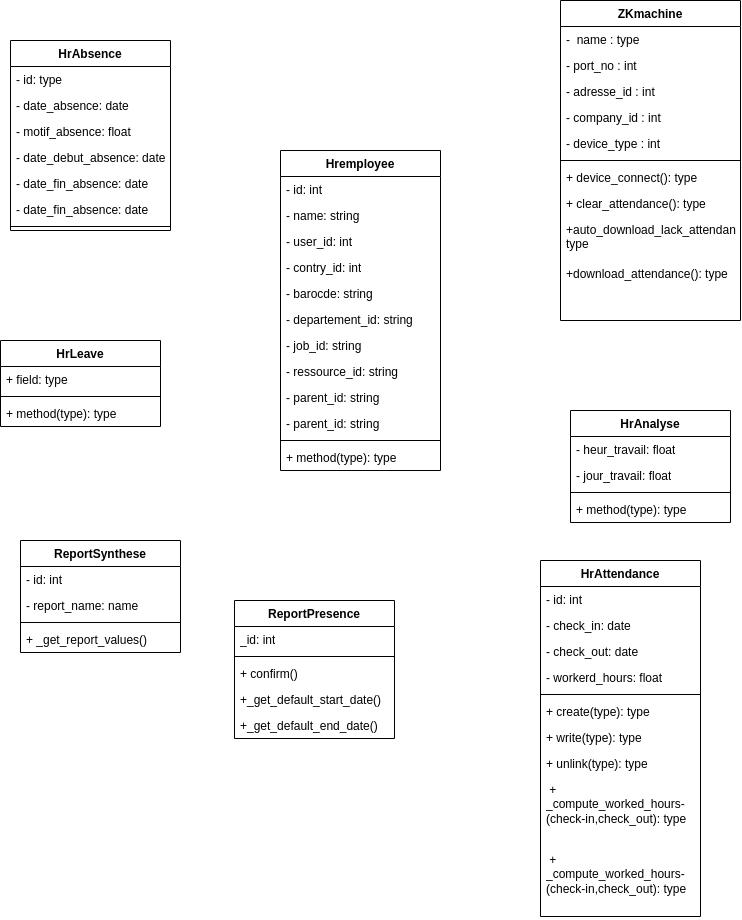
Siluearsene/borne_biometrique keeps this draw.io diagram as static/Diagramme de classe.drawio.png. Above is the earlier version. Source tidied: cells renumbered, new cells last; positions are measured from the earlier drawing's top-left corner, leaving out a move shared by most shapes.
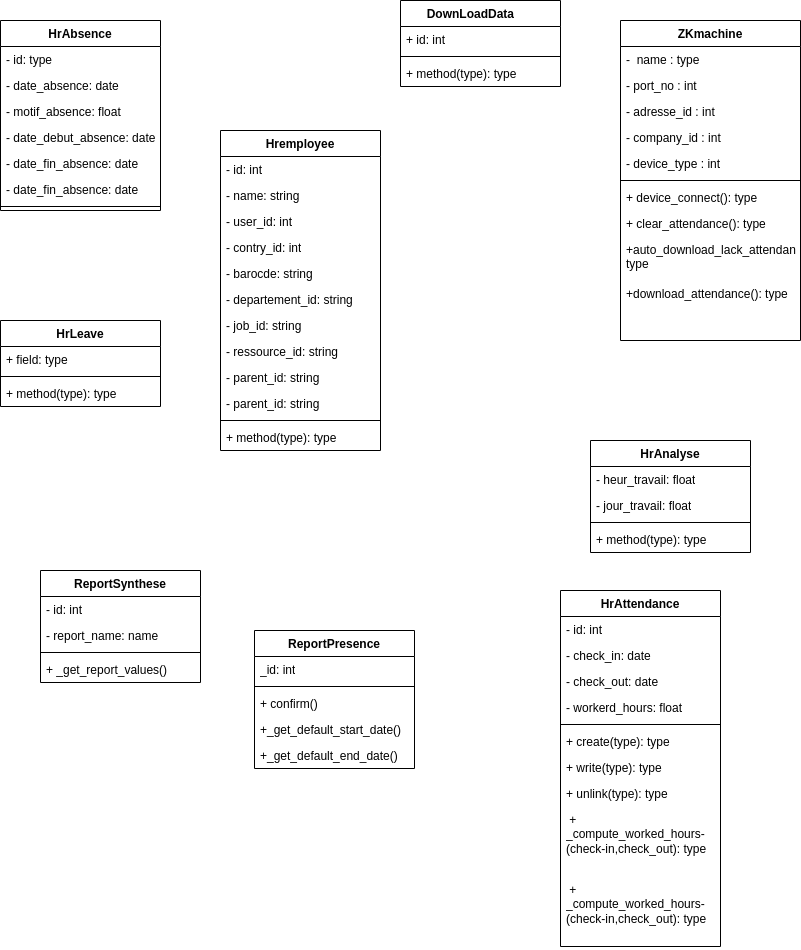
After the commit.

Commit message:
Mettre à jour Diagramme de classe.drawio.png

What changed in the source:
```diff
@@ -3,7 +3,7 @@
     <mxCell id="0" />
     <mxCell id="1" parent="0" />
     <mxCell id="2" value="HrAbsence" style="swimlane;fontStyle=1;align=center;verticalAlign=top;horizontal=1;startSize=26;whiteSpace=wrap;html=1;" parent="1" vertex="1">
-      <mxGeometry x="10" y="40" width="160" height="190" as="geometry" />
+      <mxGeometry x="-20" y="-10" width="160" height="190" as="geometry" />
     </mxCell>
     <mxCell id="3" value="- id: type" style="text;strokeColor=none;fillColor=none;align=left;verticalAlign=top;spacingLeft=4;spacingRight=4;overflow=hidden;whiteSpace=wrap;html=1;" parent="2" vertex="1">
       <mxGeometry y="26" width="160" height="26" as="geometry" />
@@ -27,7 +27,7 @@
       <mxGeometry y="182" width="160" height="8" as="geometry" />
     </mxCell>
     <mxCell id="10" value="ZKmachine" style="swimlane;fontStyle=1;align=center;verticalAlign=top;horizontal=1;startSize=26;whiteSpace=wrap;html=1;" parent="1" vertex="1">
-      <mxGeometry x="560" width="180" height="320" as="geometry" />
+      <mxGeometry x="600" y="-10" width="180" height="320" as="geometry" />
     </mxCell>
     <mxCell id="11" value="-&amp;nbsp; name : type&amp;nbsp;" style="text;strokeColor=none;fillColor=none;align=left;verticalAlign=top;spacingLeft=4;spacingRight=4;overflow=hidden;whiteSpace=wrap;html=1;" parent="10" vertex="1">
       <mxGeometry y="26" width="180" height="26" as="geometry" />
@@ -60,7 +60,7 @@
       <mxGeometry y="260" width="180" height="60" as="geometry" />
     </mxCell>
     <mxCell id="21" value="HrLeave" style="swimlane;fontStyle=1;align=center;verticalAlign=top;horizontal=1;startSize=26;whiteSpace=wrap;html=1;" parent="1" vertex="1">
-      <mxGeometry y="340" width="160" height="86" as="geometry" />
+      <mxGeometry x="-20" y="290" width="160" height="86" as="geometry" />
     </mxCell>
     <mxCell id="22" value="+ field: type" style="text;strokeColor=none;fillColor=none;align=left;verticalAlign=top;spacingLeft=4;spacingRight=4;overflow=hidden;whiteSpace=wrap;html=1;" parent="21" vertex="1">
       <mxGeometry y="26" width="160" height="26" as="geometry" />
@@ -87,7 +87,7 @@
       <mxGeometry y="86" width="160" height="26" as="geometry" />
     </mxCell>
     <mxCell id="30" value="Hremployee" style="swimlane;fontStyle=1;align=center;verticalAlign=top;horizontal=1;startSize=26;whiteSpace=wrap;html=1;" parent="1" vertex="1">
-      <mxGeometry x="280" y="150" width="160" height="320" as="geometry" />
+      <mxGeometry x="200" y="100" width="160" height="320" as="geometry" />
     </mxCell>
     <mxCell id="31" value="- id: int" style="text;strokeColor=none;fillColor=none;align=left;verticalAlign=top;spacingLeft=4;spacingRight=4;overflow=hidden;whiteSpace=wrap;html=1;" parent="30" vertex="1">
       <mxGeometry y="26" width="160" height="26" as="geometry" />
@@ -191,5 +191,17 @@
     <mxCell id="64" value="+_get_default_end_date&lt;span style=&quot;background-color: initial;&quot;&gt;()&lt;/span&gt;" style="text;strokeColor=none;fillColor=none;align=left;verticalAlign=top;spacingLeft=4;spacingRight=4;overflow=hidden;whiteSpace=wrap;html=1;" parent="59" vertex="1">
       <mxGeometry y="112" width="160" height="26" as="geometry" />
     </mxCell>
+    <mxCell id="65" value="DownLoadData&lt;span style=&quot;white-space: pre;&quot;&gt;&#9;&lt;/span&gt;" style="swimlane;fontStyle=1;align=center;verticalAlign=top;horizontal=1;startSize=26;whiteSpace=wrap;html=1;" parent="1" vertex="1">
+      <mxGeometry x="380" y="-30" width="160" height="86" as="geometry" />
+    </mxCell>
+    <mxCell id="66" value="+ id: int" style="text;strokeColor=none;fillColor=none;align=left;verticalAlign=top;spacingLeft=4;spacingRight=4;overflow=hidden;whiteSpace=wrap;html=1;" parent="65" vertex="1">
+      <mxGeometry y="26" width="160" height="26" as="geometry" />
+    </mxCell>
+    <mxCell id="67" style="line;strokeWidth=1;fillColor=none;align=left;verticalAlign=middle;spacingTop=-1;spacingLeft=3;spacingRight=3;labelPosition=right;strokeColor=inherit;" parent="65" vertex="1">
+      <mxGeometry y="52" width="160" height="8" as="geometry" />
+    </mxCell>
+    <mxCell id="68" value="+ method(type): type" style="text;strokeColor=none;fillColor=none;align=left;verticalAlign=top;spacingLeft=4;spacingRight=4;overflow=hidden;whiteSpace=wrap;html=1;" parent="65" vertex="1">
+      <mxGeometry y="60" width="160" height="26" as="geometry" />
+    </mxCell>
   </root>
 </mxGraphModel>
```
